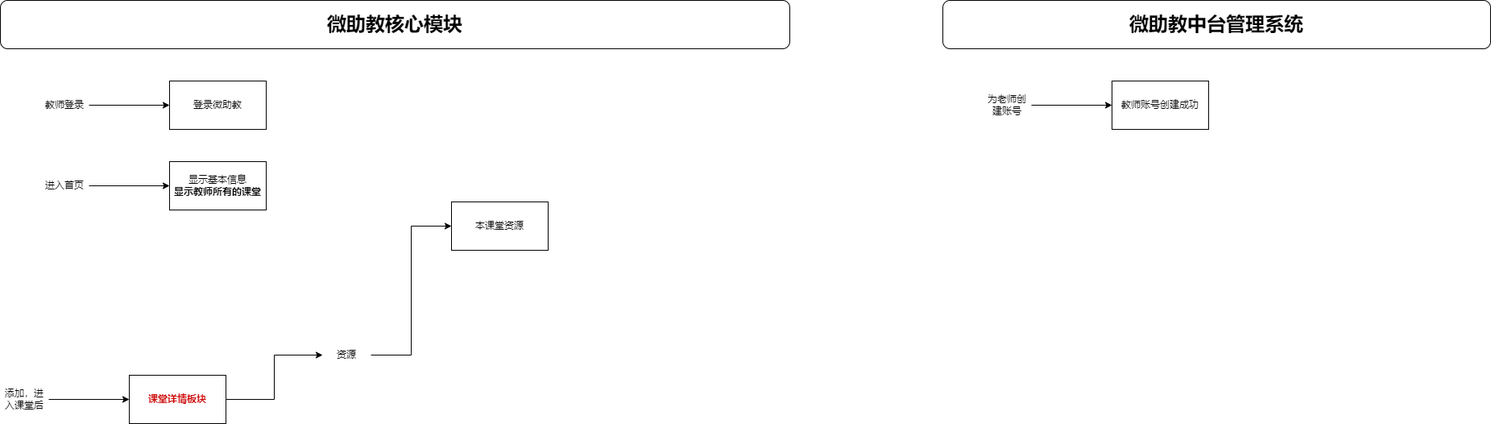
The draw.io diagram 微助教项目.drawio.png in JYbill/draw, before a commit. Source tidied: cells renumbered, new cells last; positions are measured from the earlier drawing's top-left corner, leaving out a move shared by most shapes.
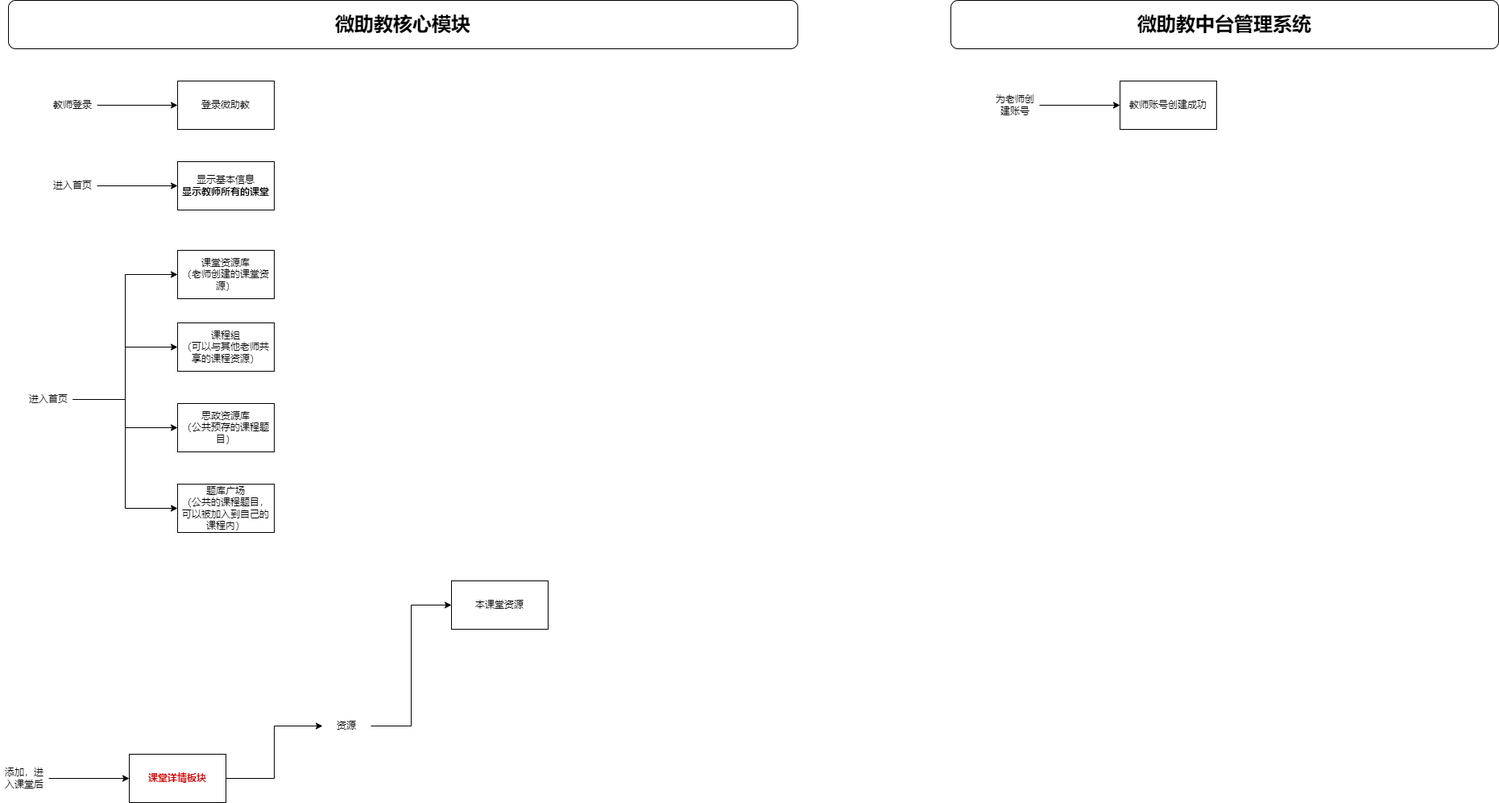
After the commit.

Commit message:
更新微助教项目.drawio.png

What changed in the source:
```diff
@@ -39,22 +39,49 @@
       <mxGeometry relative="1" as="geometry" />
     </mxCell>
     <mxCell id="14" value="添加，进入课堂后" style="text;html=1;align=center;verticalAlign=middle;whiteSpace=wrap;rounded=0;" parent="1" vertex="1">
-      <mxGeometry y="480" width="60" height="30" as="geometry" />
+      <mxGeometry x="-10" y="950" width="60" height="30" as="geometry" />
     </mxCell>
     <mxCell id="15" style="edgeStyle=orthogonalEdgeStyle;rounded=0;jettySize=auto;html=1;exitX=1;exitY=0.5;exitDx=0;exitDy=0;entryX=0;entryY=0.5;entryDx=0;entryDy=0;" parent="1" edge="1" source="16" target="18">
       <mxGeometry relative="1" as="geometry" />
     </mxCell>
     <mxCell id="16" value="&lt;b&gt;&lt;font color=&quot;#cc0000&quot;&gt;课堂详情板块&lt;/font&gt;&lt;/b&gt;" style="rounded=0;whiteSpace=wrap;html=1;" parent="1" vertex="1">
-      <mxGeometry x="160" y="465" width="120" height="60" as="geometry" />
+      <mxGeometry x="150" y="935" width="120" height="60" as="geometry" />
     </mxCell>
     <mxCell id="17" style="edgeStyle=orthogonalEdgeStyle;rounded=0;jettySize=auto;html=1;exitX=1;exitY=0.5;exitDx=0;exitDy=0;entryX=0;entryY=0.5;entryDx=0;entryDy=0;" parent="1" edge="1" source="18" target="19">
       <mxGeometry relative="1" as="geometry" />
     </mxCell>
     <mxCell id="18" value="资源" style="text;html=1;align=center;verticalAlign=middle;whiteSpace=wrap;rounded=0;" parent="1" vertex="1">
-      <mxGeometry x="400" y="425" width="60" height="30" as="geometry" />
+      <mxGeometry x="390" y="885" width="60" height="30" as="geometry" />
     </mxCell>
     <mxCell id="19" value="本课堂资源" style="rounded=0;whiteSpace=wrap;html=1;" parent="1" vertex="1">
-      <mxGeometry x="560" y="250" width="120" height="60" as="geometry" />
+      <mxGeometry x="550" y="720" width="120" height="60" as="geometry" />
     </mxCell>
+    <mxCell id="20" style="edgeStyle=orthogonalEdgeStyle;rounded=0;jettySize=auto;html=1;exitX=1;exitY=0.5;exitDx=0;exitDy=0;entryX=0;entryY=0.5;entryDx=0;entryDy=0;" parent="1" edge="1" source="24" target="25">
+      <mxGeometry relative="1" as="geometry" />
+    </mxCell>
+    <mxCell id="21" style="edgeStyle=orthogonalEdgeStyle;rounded=0;jettySize=auto;html=1;exitX=1;exitY=0.5;exitDx=0;exitDy=0;entryX=0;entryY=0.5;entryDx=0;entryDy=0;" parent="1" edge="1" source="24" target="26">
+      <mxGeometry relative="1" as="geometry" />
+    </mxCell>
+    <mxCell id="22" style="edgeStyle=orthogonalEdgeStyle;rounded=0;jettySize=auto;html=1;exitX=1;exitY=0.5;exitDx=0;exitDy=0;entryX=0;entryY=0.5;entryDx=0;entryDy=0;" parent="1" edge="1" source="24" target="27">
+      <mxGeometry relative="1" as="geometry" />
+    </mxCell>
+    <mxCell id="23" style="edgeStyle=orthogonalEdgeStyle;rounded=0;jettySize=auto;html=1;exitX=1;exitY=0.5;exitDx=0;exitDy=0;entryX=0;entryY=0.5;entryDx=0;entryDy=0;" parent="1" edge="1" source="24" target="28">
+      <mxGeometry relative="1" as="geometry" />
+    </mxCell>
+    <mxCell id="24" value="进入首页" style="text;html=1;align=center;verticalAlign=middle;whiteSpace=wrap;rounded=0;" parent="1" vertex="1">
+      <mxGeometry x="20" y="480" width="60" height="30" as="geometry" />
+    </mxCell>
+    <mxCell id="25" value="课堂资源库&lt;div&gt;（老师创建的课堂资源&lt;span style=&quot;background-color: initial;&quot;&gt;）&lt;/span&gt;&lt;/div&gt;" style="rounded=0;whiteSpace=wrap;html=1;" parent="1" vertex="1">
+      <mxGeometry x="210" y="310" width="120" height="60" as="geometry" />
+    </mxCell>
+    <mxCell id="26" value="课程组&lt;div&gt;（可以与其他老师共享的课程资源）&lt;/div&gt;" style="rounded=0;whiteSpace=wrap;html=1;" parent="1" vertex="1">
+      <mxGeometry x="210" y="400" width="120" height="60" as="geometry" />
+    </mxCell>
+    <mxCell id="27" value="思政资源库&lt;div&gt;（公共预存的课程题目）&lt;/div&gt;" style="rounded=0;whiteSpace=wrap;html=1;" parent="1" vertex="1">
+      <mxGeometry x="210" y="500" width="120" height="60" as="geometry" />
+    </mxCell>
+    <mxCell id="28" value="题库广场&lt;br&gt;（公共的课程题目，可以被加入到自己的课程内）" style="rounded=0;whiteSpace=wrap;html=1;" parent="1" vertex="1">
+      <mxGeometry x="210" y="600" width="120" height="60" as="geometry" />
+    </mxCell>
   </root>
 </mxGraphModel>
```
